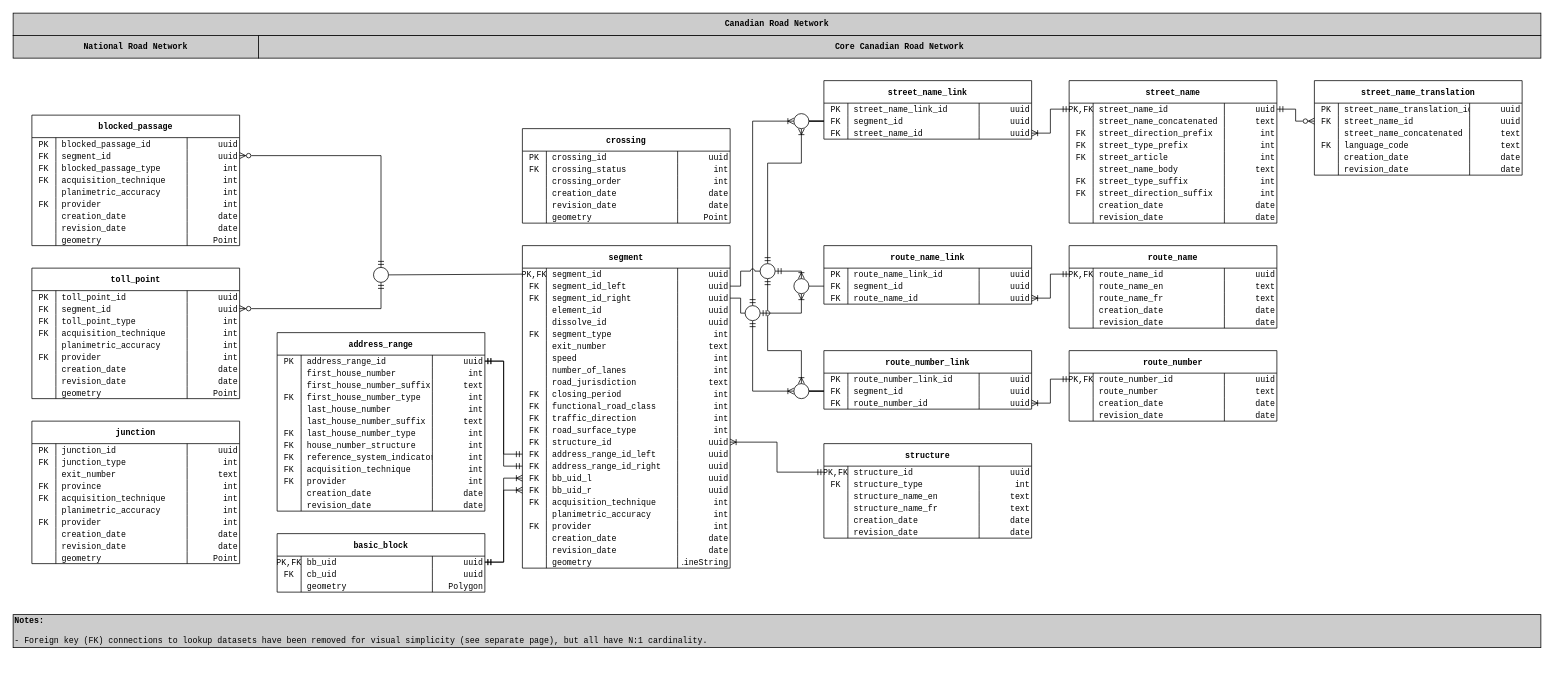
Before: page "primary_datasets" (1 of 2) of docs/source/_static/data_models/canadian_road_network/canadian_road_network.drawio in StatCan/egp-maintenance-tools, a draw.io diagram. Source tidied: cells renumbered, new cells numbered last; positions are measured from the earlier drawing's top-left corner, leaving out a move shared by most shapes. Both pictures are drawn from the tidied source at 75%, with x=0, y=0 at pixel (13, 13).
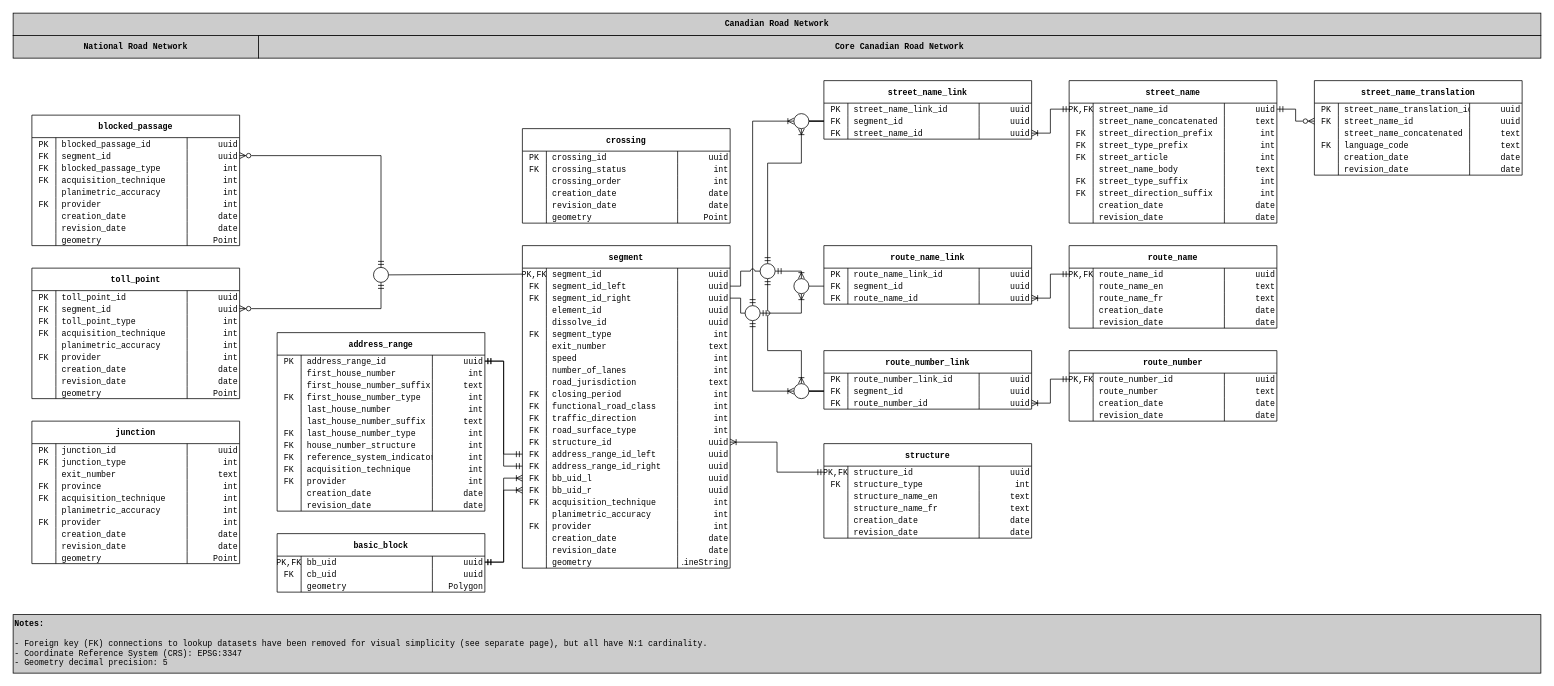
The same page after the edit.

Commit message (it also covers changes not shown here):
[1] updated data model notes; [2] added validation codes and function placeholders; [3] added todo message to validation script; [4] added efaults and pk to constraints.

The edit, as a diff of the source:
```diff
@@
-    <mxCell id="497" value="Notes:&lt;br&gt;&lt;br&gt;&lt;span style=&quot;font-weight: normal;&quot;&gt;- Foreign key (FK) connections to lookup datasets have been removed for visual simplicity (see separate page), but all have N:1 cardinality.&lt;/span&gt;" style="rounded=0;whiteSpace=wrap;html=1;fontFamily=Consolas;fontSize=11;fontStyle=1;fillColor=#CCCCCC;align=left;" parent="1" vertex="1">
-      <mxGeometry y="802" width="2037" height="44" as="geometry" />
+    <mxCell id="497" value="Notes:&lt;br&gt;&lt;br&gt;&lt;span style=&quot;font-weight: normal;&quot;&gt;- Foreign key (FK) connections to lookup datasets have been removed for visual simplicity (see separate page), but all have N:1 cardinality.&lt;br&gt;- Coordinate Reference System (CRS): EPSG:3347&lt;br&gt;- Geometry decimal precision: 5&lt;br&gt;&lt;/span&gt;" style="rounded=0;whiteSpace=wrap;html=1;fontFamily=Consolas;fontSize=11;fontStyle=1;fillColor=#CCCCCC;align=left;" parent="1" vertex="1">
+      <mxGeometry y="802" width="2037" height="78" as="geometry" />
     </mxCell>
```
